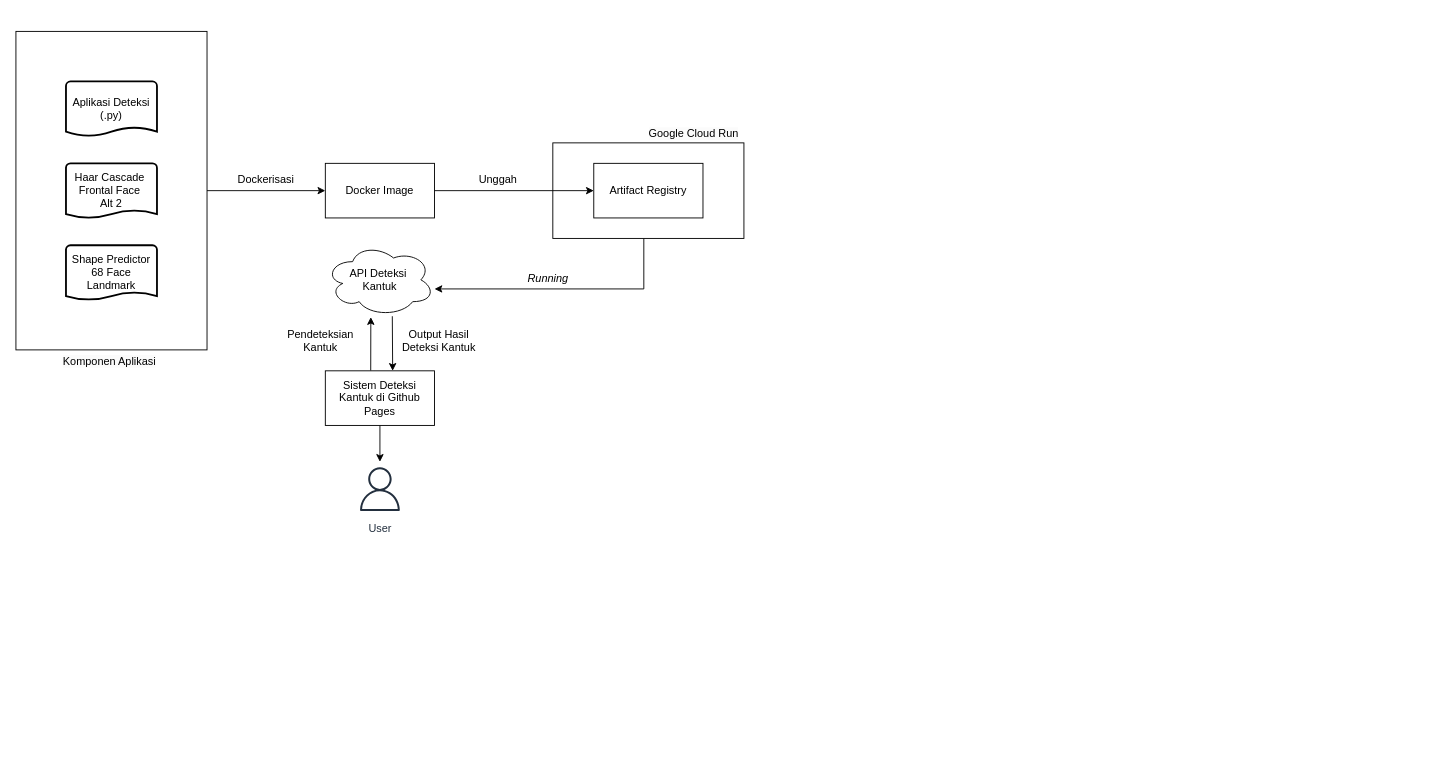
Above: Implementasi.drawio in pakkaem/app.diagrams.net-repo (draw.io), before the change. Source tidied: cells renumbered, new cells numbered last; positions are measured from the earlier drawing's top-left corner, leaving out a move shared by most shapes. Both pictures are drawn from the tidied source at 91%, with x=0, y=0 at pixel (15, 31).
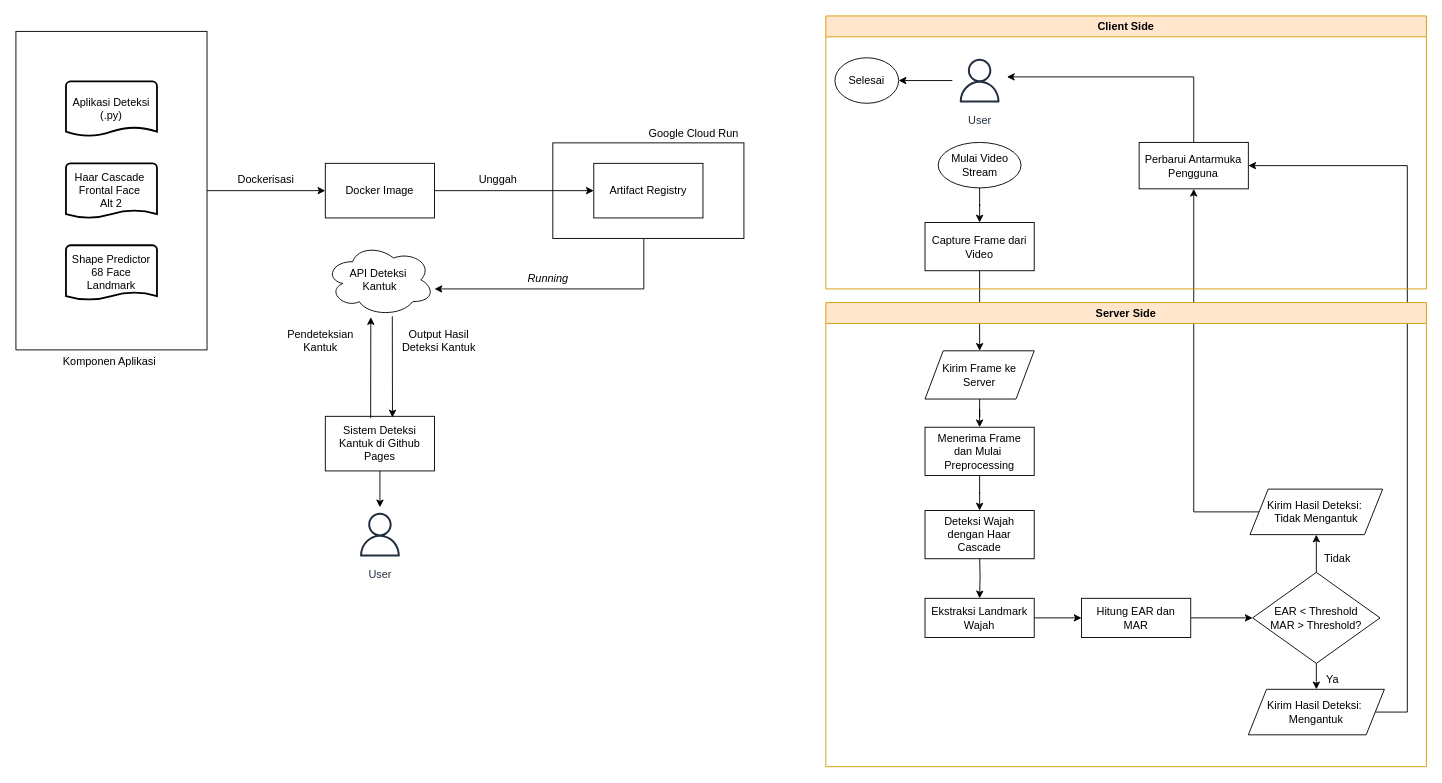
The same diagram, later.

Diff of the diagram source:
```diff
@@
     <mxCell id="8" value="User" style="sketch=0;outlineConnect=0;fontColor=#232F3E;gradientColor=none;strokeColor=#232F3E;fillColor=#ffffff;dashed=0;verticalLabelPosition=bottom;verticalAlign=top;align=center;html=1;fontSize=12;fontStyle=0;shape=mxgraph.aws4.resourceIcon;resIcon=mxgraph.aws4.user;" parent="1" vertex="1">
-      <mxGeometry x="370" y="473" width="60" height="60" as="geometry" />
+      <mxGeometry x="370" y="523" width="60" height="60" as="geometry" />
     </mxCell>
@@
     <mxCell id="10" value="Sistem Deteksi Kantuk di Github Pages" style="whiteSpace=wrap;html=1;rounded=0;" parent="1" vertex="1">
-      <mxGeometry x="340" y="373" width="120" height="60" as="geometry" />
+      <mxGeometry x="340" y="423" width="120" height="60" as="geometry" />
     </mxCell>
-    <mxCell id="11" style="rounded=0;orthogonalLoop=1;jettySize=auto;html=1;entryX=0.653;entryY=1.033;entryDx=0;entryDy=0;entryPerimeter=0;exitX=0.416;exitY=-0.024;exitDx=0;exitDy=0;exitPerimeter=0;" parent="1" edge="1">
+    <mxCell id="11" style="rounded=0;jettySize=auto;html=1;entryX=0.653;entryY=1.033;entryDx=0;entryDy=0;entryPerimeter=0;exitX=0.415;exitY=0.032;exitDx=0;exitDy=0;exitPerimeter=0;" parent="1" edge="1" source="10">
       <mxGeometry relative="1" as="geometry">
-        <mxPoint x="389.9" y="372.6" as="sourcePoint" />
         <mxPoint x="390" y="314" as="targetPoint" />
       </mxGeometry>
     </mxCell>
@@
-    <mxCell id="19" style="rounded=0;orthogonalLoop=1;jettySize=auto;html=1;exitX=0.613;exitY=0.983;exitDx=0;exitDy=0;exitPerimeter=0;" parent="1" edge="1">
+    <mxCell id="19" style="rounded=0;jettySize=auto;html=1;exitX=0.613;exitY=0.983;exitDx=0;exitDy=0;exitPerimeter=0;entryX=0.615;entryY=0.02;entryDx=0;entryDy=0;entryPerimeter=0;" parent="1" edge="1" target="10">
       <mxGeometry relative="1" as="geometry">
         <mxPoint x="413.6" y="313" as="sourcePoint" />
-        <mxPoint x="414" y="373" as="targetPoint" />
       </mxGeometry>
     </mxCell>
@@
+    <mxCell id="26" style="edgeStyle=orthogonalEdgeStyle;rounded=0;jettySize=auto;html=1;" parent="1" edge="1" source="34" target="28">
+      <mxGeometry relative="1" as="geometry" />
+    </mxCell>
+    <mxCell id="27" style="edgeStyle=orthogonalEdgeStyle;rounded=0;jettySize=auto;html=1;" parent="1" edge="1" source="28" target="54">
+      <mxGeometry relative="1" as="geometry" />
+    </mxCell>
+    <mxCell id="28" value="Capture Frame dari Video" style="whiteSpace=wrap;html=1;" parent="1" vertex="1">
+      <mxGeometry x="999" y="210" width="120" height="53" as="geometry" />
+    </mxCell>
+    <mxCell id="29" style="edgeStyle=orthogonalEdgeStyle;rounded=0;jettySize=auto;html=1;entryX=1;entryY=0.5;entryDx=0;entryDy=0;exitX=1;exitY=0.5;exitDx=0;exitDy=0;" parent="1" edge="1" source="55" target="32">
+      <mxGeometry relative="1" as="geometry">
+        <Array as="points">
+          <mxPoint x="1529" y="748" />
+          <mxPoint x="1529" y="147" />
+        </Array>
+      </mxGeometry>
+    </mxCell>
+    <mxCell id="30" style="edgeStyle=orthogonalEdgeStyle;rounded=0;jettySize=auto;html=1;" parent="1" edge="1" source="52" target="32">
+      <mxGeometry relative="1" as="geometry" />
+    </mxCell>
+    <mxCell id="31" style="edgeStyle=orthogonalEdgeStyle;rounded=0;jettySize=auto;html=1;" parent="1" edge="1" source="32" target="35">
+      <mxGeometry relative="1" as="geometry">
+        <Array as="points">
+          <mxPoint x="1294" y="50" />
+        </Array>
+      </mxGeometry>
+    </mxCell>
+    <mxCell id="32" value="Perbarui Antarmuka Pengguna" style="rounded=0;whiteSpace=wrap;html=1;" parent="1" vertex="1">
+      <mxGeometry x="1234.3" y="122" width="120" height="51" as="geometry" />
+    </mxCell>
+    <mxCell id="33" value="Client Side" style="swimlane;whiteSpace=wrap;html=1;fillColor=#ffe6cc;strokeColor=#d79b00;" parent="1" vertex="1">
+      <mxGeometry x="890" y="-17" width="660" height="300" as="geometry" />
+    </mxCell>
+    <mxCell id="34" value="Mulai Video&lt;div&gt;Stream&lt;/div&gt;" style="ellipse;whiteSpace=wrap;html=1;" parent="33" vertex="1">
+      <mxGeometry x="123.5" y="139" width="91" height="50" as="geometry" />
+    </mxCell>
+    <mxCell id="35" value="User" style="sketch=0;outlineConnect=0;fontColor=#232F3E;gradientColor=none;strokeColor=#232F3E;fillColor=#ffffff;dashed=0;verticalLabelPosition=bottom;verticalAlign=top;align=center;html=1;fontSize=12;fontStyle=0;shape=mxgraph.aws4.resourceIcon;resIcon=mxgraph.aws4.user;" parent="33" vertex="1">
+      <mxGeometry x="139" y="41" width="60" height="60" as="geometry" />
+    </mxCell>
+    <mxCell id="36" value="Selesai" style="ellipse;whiteSpace=wrap;html=1;" parent="33" vertex="1">
+      <mxGeometry x="10" y="46" width="70" height="50" as="geometry" />
+    </mxCell>
+    <mxCell id="37" style="edgeStyle=orthogonalEdgeStyle;rounded=0;jettySize=auto;html=1;" parent="33" edge="1" source="35" target="36">
+      <mxGeometry relative="1" as="geometry" />
+    </mxCell>
+    <mxCell id="38" value="Server Side" style="swimlane;whiteSpace=wrap;html=1;fillColor=#ffe6cc;strokeColor=#d79b00;" parent="1" vertex="1">
+      <mxGeometry x="890" y="298" width="660" height="510" as="geometry" />
+    </mxCell>
+    <mxCell id="39" style="edgeStyle=orthogonalEdgeStyle;rounded=0;jettySize=auto;html=1;" parent="38" edge="1" source="54" target="41">
+      <mxGeometry relative="1" as="geometry" />
+    </mxCell>
+    <mxCell id="40" style="edgeStyle=orthogonalEdgeStyle;rounded=0;jettySize=auto;html=1;" parent="38" edge="1" source="41" target="43">
+      <mxGeometry relative="1" as="geometry" />
+    </mxCell>
+    <mxCell id="41" value="Menerima Frame&lt;div&gt;&lt;span style=&quot;background-color: transparent; color: light-dark(rgb(0, 0, 0), rgb(255, 255, 255));&quot;&gt;dan Mulai&amp;nbsp;&lt;/span&gt;&lt;div&gt;&lt;div&gt;Preprocessing&lt;/div&gt;&lt;/div&gt;&lt;/div&gt;" style="whiteSpace=wrap;html=1;" parent="38" vertex="1">
+      <mxGeometry x="109" y="137" width="120" height="53" as="geometry" />
+    </mxCell>
+    <mxCell id="42" style="edgeStyle=orthogonalEdgeStyle;rounded=0;jettySize=auto;html=1;" parent="38" edge="1" target="45">
+      <mxGeometry relative="1" as="geometry">
+        <mxPoint x="169" y="277" as="sourcePoint" />
+      </mxGeometry>
+    </mxCell>
+    <mxCell id="43" value="Deteksi Wajah dengan Haar Cascade" style="whiteSpace=wrap;html=1;" parent="38" vertex="1">
+      <mxGeometry x="109" y="228.5" width="120" height="53" as="geometry" />
+    </mxCell>
+    <mxCell id="44" style="edgeStyle=orthogonalEdgeStyle;rounded=0;jettySize=auto;html=1;" parent="38" edge="1" source="45" target="47">
+      <mxGeometry relative="1" as="geometry" />
+    </mxCell>
+    <mxCell id="45" value="Ekstraksi Landmark Wajah" style="whiteSpace=wrap;html=1;" parent="38" vertex="1">
+      <mxGeometry x="109" y="325" width="120" height="43" as="geometry" />
+    </mxCell>
+    <mxCell id="46" style="edgeStyle=orthogonalEdgeStyle;rounded=0;jettySize=auto;html=1;" parent="38" edge="1" source="47" target="51">
+      <mxGeometry relative="1" as="geometry" />
+    </mxCell>
+    <mxCell id="47" value="Hitung EAR dan&lt;div&gt;MAR&lt;/div&gt;" style="whiteSpace=wrap;html=1;" parent="38" vertex="1">
+      <mxGeometry x="281" y="325" width="120" height="43" as="geometry" />
+    </mxCell>
+    <mxCell id="48" style="edgeStyle=orthogonalEdgeStyle;rounded=0;jettySize=auto;html=1;" parent="38" edge="1" source="51" target="55">
+      <mxGeometry relative="1" as="geometry" />
+    </mxCell>
+    <mxCell id="49" value="Tidak" style="text;html=1;align=center;verticalAlign=middle;whiteSpace=wrap;rounded=0;" parent="38" vertex="1">
+      <mxGeometry x="537" y="273" width="51" height="17" as="geometry" />
+    </mxCell>
+    <mxCell id="50" value="Ya" style="text;html=1;align=center;verticalAlign=middle;whiteSpace=wrap;rounded=0;" parent="38" vertex="1">
+      <mxGeometry x="537" y="405" width="40" height="20" as="geometry" />
+    </mxCell>
+    <mxCell id="51" value="EAR &amp;lt; Threshold&lt;br&gt;MAR &amp;gt; Threshold?" style="rhombus;whiteSpace=wrap;html=1;" parent="38" vertex="1">
+      <mxGeometry x="469" y="296.5" width="140" height="100" as="geometry" />
+    </mxCell>
+    <mxCell id="52" value="Kirim&amp;nbsp;&lt;span style=&quot;background-color: transparent; color: light-dark(rgb(0, 0, 0), rgb(255, 255, 255));&quot;&gt;Hasil Deteksi:&amp;nbsp;&lt;/span&gt;&lt;div&gt;&lt;div&gt;Tidak Mengantuk&lt;/div&gt;&lt;/div&gt;" style="shape=parallelogram;perimeter=parallelogramPerimeter;whiteSpace=wrap;html=1;fixedSize=1;" parent="38" vertex="1">
+      <mxGeometry x="466.1" y="205" width="145.8" height="50" as="geometry" />
+    </mxCell>
+    <mxCell id="53" style="edgeStyle=orthogonalEdgeStyle;rounded=0;jettySize=auto;html=1;" parent="38" edge="1" source="51" target="52">
+      <mxGeometry relative="1" as="geometry" />
+    </mxCell>
+    <mxCell id="54" value="Kirim Frame ke Server" style="shape=parallelogram;perimeter=parallelogramPerimeter;whiteSpace=wrap;html=1;fixedSize=1;" parent="38" vertex="1">
+      <mxGeometry x="109" y="53" width="120" height="53" as="geometry" />
+    </mxCell>
+    <mxCell id="55" value="Kirim Hasil Deteksi:&amp;nbsp;&lt;div&gt;Mengantuk&lt;/div&gt;" style="shape=parallelogram;perimeter=parallelogramPerimeter;whiteSpace=wrap;html=1;fixedSize=1;" parent="38" vertex="1">
+      <mxGeometry x="464.3" y="425" width="149.5" height="50" as="geometry" />
+    </mxCell>
```
